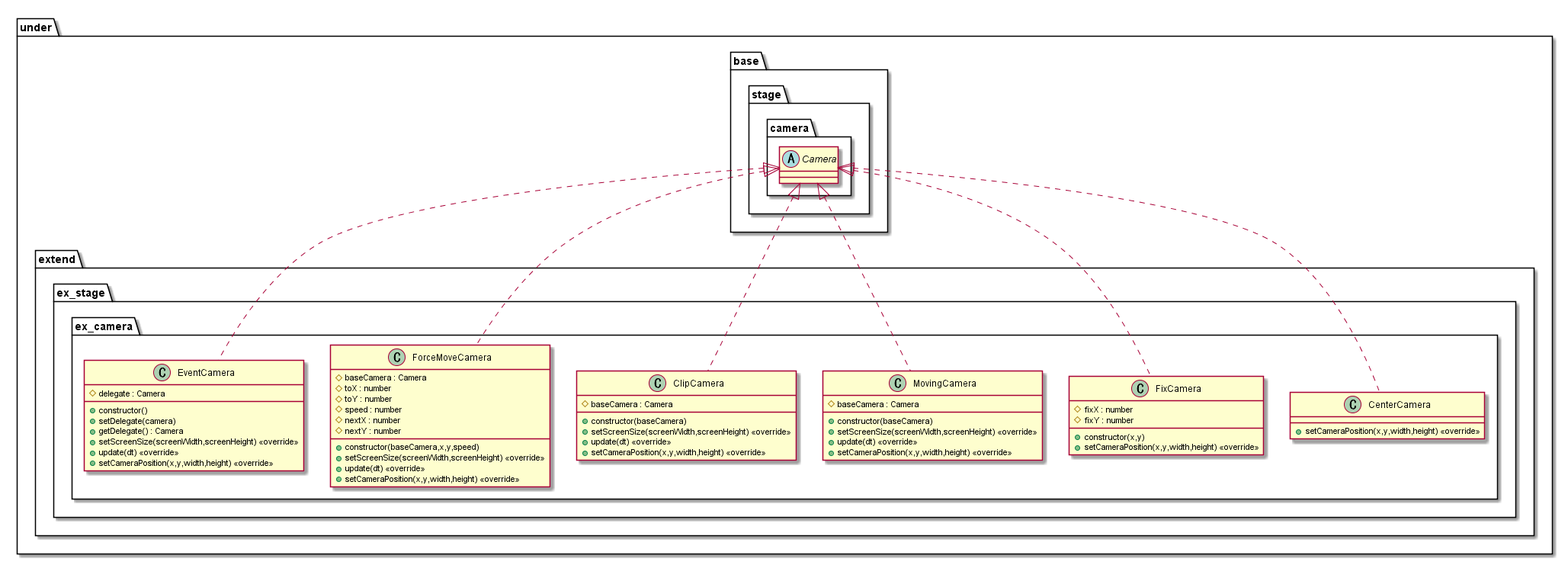
Before: out/uml/stage/ExtendCamera/StageExtendCamera.png, a diagram exported from PlantUML (Expine/Under). Source of this version:
```plantuml
@startuml StageExtendCamera
package under {
    package extend {
        package ex_stage {
            package ex_camera {
                class CenterCamera {
                    +setCameraPosition(x,y,width,height) <<override>>
                }
                class FixCamera {
                    +constructor(x,y)
                    #fixX : number
                    #fixY : number
                    +setCameraPosition(x,y,width,height) <<override>>
                }
                class MovingCamera {
                    +constructor(baseCamera)
                    #baseCamera : Camera
                    +setScreenSize(screenWidth,screenHeight) <<override>>
                    +update(dt) <<override>>
                    +setCameraPosition(x,y,width,height) <<override>>
                }
                class ClipCamera {
                    +constructor(baseCamera)
                    #baseCamera : Camera
                    +setScreenSize(screenWidth,screenHeight) <<override>>
                    +update(dt) <<override>>
                    +setCameraPosition(x,y,width,height) <<override>>
                }
                class ForceMoveCamera {
                    +constructor(baseCamera,x,y,speed)
                    #baseCamera : Camera
                    #toX : number
                    #toY : number
                    #speed : number
                    #nextX : number
                    #nextY : number
                    +setScreenSize(screenWidth,screenHeight) <<override>>
                    +update(dt) <<override>>
                    +setCameraPosition(x,y,width,height) <<override>>
                }
                class EventCamera {
                    +constructor()
                    #delegate : Camera
                    +setDelegate(camera)
                    +getDelegate() : Camera
                    +setScreenSize(screenWidth,screenHeight) <<override>>
                    +update(dt) <<override>>
                    +setCameraPosition(x,y,width,height) <<override>>
                }
            }

        }
    }
}

package under {
    package base {
        package stage {
            package camera {
                abstract Camera
            }
        }
    }
}

Camera <|.. CenterCamera
Camera <|.. FixCamera
Camera <|.. MovingCamera
Camera <|.. ClipCamera
Camera <|.. ForceMoveCamera
Camera <|.. EventCamera

@enduml
```
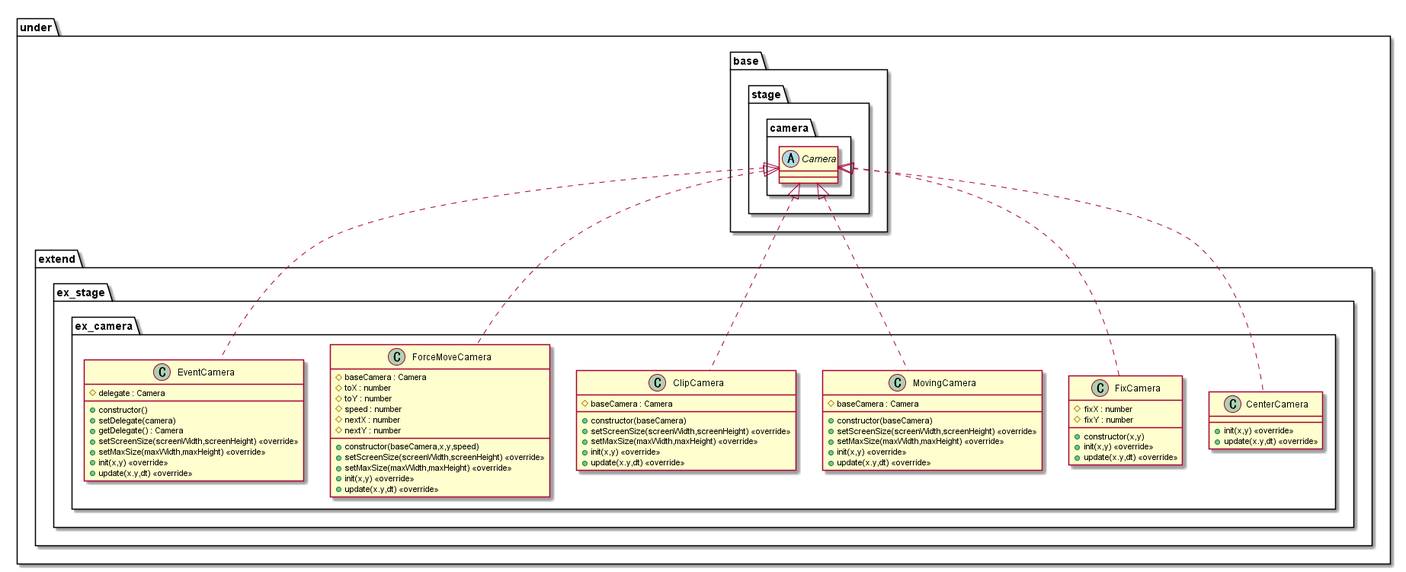
After the change.

Diff of the diagram source:
```diff
@@ -4,27 +4,31 @@
         package ex_stage {
             package ex_camera {
                 class CenterCamera {
-                    +setCameraPosition(x,y,width,height) <<override>>
+                    +init(x,y) <<override>>
+                    +update(x.y,dt) <<override>>
                 }
                 class FixCamera {
                     +constructor(x,y)
                     #fixX : number
                     #fixY : number
-                    +setCameraPosition(x,y,width,height) <<override>>
+                    +init(x,y) <<override>>
+                    +update(x.y,dt) <<override>>
                 }
                 class MovingCamera {
                     +constructor(baseCamera)
                     #baseCamera : Camera
                     +setScreenSize(screenWidth,screenHeight) <<override>>
-                    +update(dt) <<override>>
-                    +setCameraPosition(x,y,width,height) <<override>>
+                    +setMaxSize(maxWidth,maxHeight) <<override>>
+                    +init(x,y) <<override>>
+                    +update(x.y,dt) <<override>>
                 }
                 class ClipCamera {
                     +constructor(baseCamera)
                     #baseCamera : Camera
                     +setScreenSize(screenWidth,screenHeight) <<override>>
-                    +update(dt) <<override>>
-                    +setCameraPosition(x,y,width,height) <<override>>
+                    +setMaxSize(maxWidth,maxHeight) <<override>>
+                    +init(x,y) <<override>>
+                    +update(x.y,dt) <<override>>
                 }
                 class ForceMoveCamera {
                     +constructor(baseCamera,x,y,speed)
@@ -35,8 +39,9 @@
                     #nextX : number
                     #nextY : number
                     +setScreenSize(screenWidth,screenHeight) <<override>>
-                    +update(dt) <<override>>
-                    +setCameraPosition(x,y,width,height) <<override>>
+                    +setMaxSize(maxWidth,maxHeight) <<override>>
+                    +init(x,y) <<override>>
+                    +update(x.y,dt) <<override>>
                 }
                 class EventCamera {
                     +constructor()
@@ -44,8 +49,9 @@
                     +setDelegate(camera)
                     +getDelegate() : Camera
                     +setScreenSize(screenWidth,screenHeight) <<override>>
-                    +update(dt) <<override>>
-                    +setCameraPosition(x,y,width,height) <<override>>
+                    +setMaxSize(maxWidth,maxHeight) <<override>>
+                    +init(x,y) <<override>>
+                    +update(x.y,dt) <<override>>
                 }
             }
 
```
